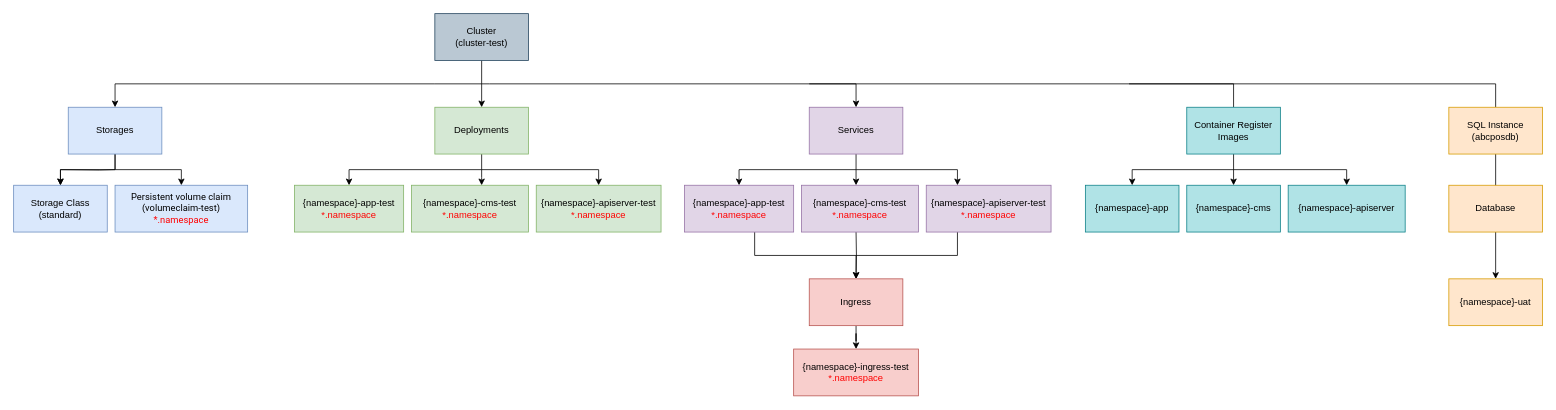
This is Untitled Diagram.drawio from robbywu-linkage/robbywu-linkage, a draw.io file, before an edit. Source tidied: cells renumbered, new cells numbered last; positions are measured from the earlier drawing's top-left corner, leaving out a move shared by most shapes. Both pictures are drawn from the tidied source at 78%, with x=0, y=0 at pixel (13, 13).
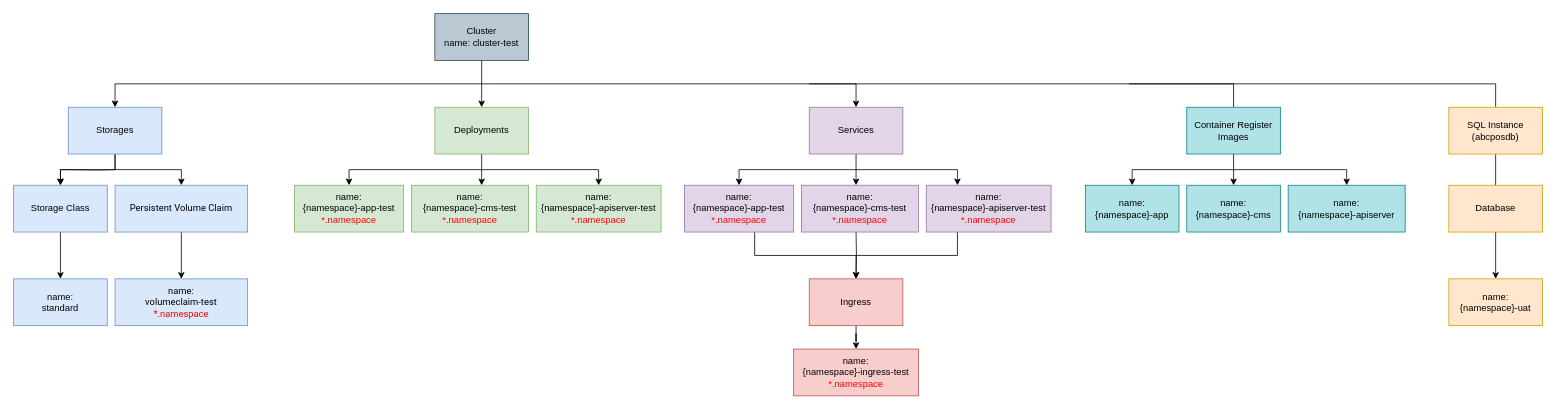
Above is the later version.

Diff of the diagram source:
```diff
@@
-    <mxCell id="4" value="Cluster&lt;br&gt;(cluster-test)" style="rounded=0;whiteSpace=wrap;html=1;fillColor=#bac8d3;strokeColor=#23445d;" parent="1" vertex="1">
+    <mxCell id="4" value="Cluster&lt;br&gt;name: cluster-test" style="rounded=0;whiteSpace=wrap;html=1;fillColor=#bac8d3;strokeColor=#23445d;" parent="1" vertex="1">
       <mxGeometry x="540" width="120" height="60" as="geometry" />
     </mxCell>
@@
+    <mxCell id="45" style="edgeStyle=orthogonalEdgeStyle;rounded=0;jettySize=auto;html=1;endArrow=classic;endFill=1;" parent="1" edge="1" source="9" target="47">
+      <mxGeometry relative="1" as="geometry" />
+    </mxCell>
-    <mxCell id="9" value="Storage Class&lt;br&gt;(standard)" style="rounded=0;whiteSpace=wrap;html=1;fillColor=#dae8fc;strokeColor=#6c8ebf;" parent="1" vertex="1">
+    <mxCell id="9" value="Storage Class" style="rounded=0;whiteSpace=wrap;html=1;fillColor=#dae8fc;strokeColor=#6c8ebf;" parent="1" vertex="1">
       <mxGeometry y="220" width="120" height="60" as="geometry" />
     </mxCell>
+    <mxCell id="46" style="edgeStyle=orthogonalEdgeStyle;rounded=0;jettySize=auto;html=1;endArrow=classic;endFill=1;" parent="1" edge="1" source="10" target="48">
+      <mxGeometry relative="1" as="geometry" />
+    </mxCell>
-    <mxCell id="10" value="&lt;font style=&quot;font-size: 12px&quot;&gt;&lt;font face=&quot;roboto&quot; style=&quot;font-size: 12px&quot;&gt;Persistent volume claim&lt;/font&gt;&lt;br&gt;&lt;font face=&quot;roboto&quot; style=&quot;font-size: 12px&quot;&gt;(volumeclaim-test)&lt;/font&gt;&lt;br&gt;&lt;span style=&quot;font-family: &amp;#34;roboto&amp;#34;&quot;&gt;&lt;font color=&quot;#ff0000&quot; style=&quot;font-size: 12px&quot;&gt;*.namespace&lt;/font&gt;&lt;/span&gt;&lt;/font&gt;&lt;span style=&quot;background-color: rgb(255 , 255 , 255)&quot;&gt;&lt;br&gt;&lt;/span&gt;" style="rounded=0;whiteSpace=wrap;html=1;strokeColor=#6c8ebf;fillColor=#dae8fc;" parent="1" vertex="1">
+    <mxCell id="10" value="&lt;font style=&quot;font-size: 12px&quot;&gt;&lt;font face=&quot;roboto&quot; style=&quot;font-size: 12px&quot;&gt;Persistent Volume Claim&lt;/font&gt;&lt;/font&gt;&lt;span style=&quot;background-color: rgb(255 , 255 , 255)&quot;&gt;&lt;br&gt;&lt;/span&gt;" style="rounded=0;whiteSpace=wrap;html=1;strokeColor=#6c8ebf;fillColor=#dae8fc;" parent="1" vertex="1">
       <mxGeometry x="130" y="220" width="170" height="60" as="geometry" />
     </mxCell>
@@
-    <mxCell id="15" value="{namespace}-app-test&lt;br&gt;&lt;font color=&quot;#ff0000&quot;&gt;*.namespace&lt;/font&gt;" style="rounded=0;whiteSpace=wrap;html=1;fillColor=#d5e8d4;strokeColor=#82b366;" parent="1" vertex="1">
+    <mxCell id="15" value="name:&lt;br&gt;{namespace}-app-test&lt;br&gt;&lt;font color=&quot;#ff0000&quot;&gt;*.namespace&lt;/font&gt;" style="rounded=0;whiteSpace=wrap;html=1;fillColor=#d5e8d4;strokeColor=#82b366;" parent="1" vertex="1">
       <mxGeometry x="360" y="220" width="140" height="60" as="geometry" />
     </mxCell>
-    <mxCell id="16" value="{namespace}-cms-test&lt;br&gt;&lt;font color=&quot;#ff0000&quot;&gt;*.namespace&lt;/font&gt;" style="rounded=0;whiteSpace=wrap;html=1;fillColor=#d5e8d4;strokeColor=#82b366;" parent="1" vertex="1">
+    <mxCell id="16" value="name:&lt;br&gt;{namespace}-cms-test&lt;br&gt;&lt;font color=&quot;#ff0000&quot;&gt;*.namespace&lt;/font&gt;" style="rounded=0;whiteSpace=wrap;html=1;fillColor=#d5e8d4;strokeColor=#82b366;" parent="1" vertex="1">
       <mxGeometry x="510" y="220" width="150" height="60" as="geometry" />
     </mxCell>
-    <mxCell id="17" value="{namespace}-apiserver-test&lt;br&gt;&lt;font color=&quot;#ff0000&quot;&gt;*.namespace&lt;/font&gt;" style="rounded=0;whiteSpace=wrap;html=1;fillColor=#d5e8d4;strokeColor=#82b366;" parent="1" vertex="1">
+    <mxCell id="17" value="name:&lt;br&gt;{namespace}-apiserver-test&lt;br&gt;&lt;font color=&quot;#ff0000&quot;&gt;*.namespace&lt;/font&gt;" style="rounded=0;whiteSpace=wrap;html=1;fillColor=#d5e8d4;strokeColor=#82b366;" parent="1" vertex="1">
       <mxGeometry x="670" y="220" width="160" height="60" as="geometry" />
     </mxCell>
@@
-    <mxCell id="33" value="{namespace}-app" style="rounded=0;whiteSpace=wrap;html=1;fillColor=#b0e3e6;strokeColor=#0e8088;" parent="1" vertex="1">
+    <mxCell id="33" value="name:&lt;br&gt;{namespace}-app" style="rounded=0;whiteSpace=wrap;html=1;fillColor=#b0e3e6;strokeColor=#0e8088;" parent="1" vertex="1">
       <mxGeometry x="1374" y="220" width="120" height="60" as="geometry" />
     </mxCell>
-    <mxCell id="34" value="{namespace}-cms" style="rounded=0;whiteSpace=wrap;html=1;fillColor=#b0e3e6;strokeColor=#0e8088;" parent="1" vertex="1">
+    <mxCell id="34" value="name:&lt;br&gt;{namespace}-cms" style="rounded=0;whiteSpace=wrap;html=1;fillColor=#b0e3e6;strokeColor=#0e8088;" parent="1" vertex="1">
       <mxGeometry x="1504" y="220" width="120" height="60" as="geometry" />
     </mxCell>
-    <mxCell id="35" value="{namespace}-apiserver" style="rounded=0;whiteSpace=wrap;html=1;fillColor=#b0e3e6;strokeColor=#0e8088;" parent="1" vertex="1">
+    <mxCell id="35" value="name:&lt;br&gt;{namespace}-apiserver" style="rounded=0;whiteSpace=wrap;html=1;fillColor=#b0e3e6;strokeColor=#0e8088;" parent="1" vertex="1">
       <mxGeometry x="1634" y="220" width="150" height="60" as="geometry" />
     </mxCell>
@@
-    <mxCell id="39" value="{namespace}-uat" style="rounded=0;whiteSpace=wrap;html=1;fillColor=#ffe6cc;strokeColor=#d79b00;" parent="1" vertex="1">
+    <mxCell id="39" value="name:&lt;br&gt;{namespace}-uat" style="rounded=0;whiteSpace=wrap;html=1;fillColor=#ffe6cc;strokeColor=#d79b00;" parent="1" vertex="1">
       <mxGeometry x="1840" y="340" width="120" height="60" as="geometry" />
     </mxCell>
-    <mxCell id="40" value="{namespace}-app-test&lt;br&gt;&lt;font color=&quot;#ff0000&quot;&gt;*.namespace&lt;/font&gt;" style="rounded=0;whiteSpace=wrap;html=1;fillColor=#e1d5e7;strokeColor=#9673a6;" parent="1" vertex="1">
+    <mxCell id="40" value="name:&lt;br&gt;{namespace}-app-test&lt;br&gt;&lt;font color=&quot;#ff0000&quot;&gt;*.namespace&lt;/font&gt;" style="rounded=0;whiteSpace=wrap;html=1;fillColor=#e1d5e7;strokeColor=#9673a6;" parent="1" vertex="1">
       <mxGeometry x="860" y="220" width="140" height="60" as="geometry" />
     </mxCell>
-    <mxCell id="41" value="{namespace}-cms-test&lt;br&gt;&lt;font color=&quot;#ff0000&quot;&gt;*.namespace&lt;/font&gt;" style="rounded=0;whiteSpace=wrap;html=1;fillColor=#e1d5e7;strokeColor=#9673a6;" parent="1" vertex="1">
+    <mxCell id="41" value="name:&lt;br&gt;{namespace}-cms-test&lt;br&gt;&lt;font color=&quot;#ff0000&quot;&gt;*.namespace&lt;/font&gt;" style="rounded=0;whiteSpace=wrap;html=1;fillColor=#e1d5e7;strokeColor=#9673a6;" parent="1" vertex="1">
       <mxGeometry x="1010" y="220" width="150" height="60" as="geometry" />
     </mxCell>
-    <mxCell id="42" value="{namespace}-apiserver-test&lt;br&gt;&lt;font color=&quot;#ff0000&quot;&gt;*.namespace&lt;/font&gt;" style="rounded=0;whiteSpace=wrap;html=1;fillColor=#e1d5e7;strokeColor=#9673a6;" parent="1" vertex="1">
+    <mxCell id="42" value="name:&lt;br&gt;{namespace}-apiserver-test&lt;br&gt;&lt;font color=&quot;#ff0000&quot;&gt;*.namespace&lt;/font&gt;" style="rounded=0;whiteSpace=wrap;html=1;fillColor=#e1d5e7;strokeColor=#9673a6;" parent="1" vertex="1">
       <mxGeometry x="1170" y="220" width="160" height="60" as="geometry" />
     </mxCell>
-    <mxCell id="43" value="{namespace}-ingress-test&lt;br&gt;&lt;font color=&quot;#ff0000&quot;&gt;*.namespace&lt;/font&gt;" style="rounded=0;whiteSpace=wrap;html=1;fillColor=#f8cecc;strokeColor=#b85450;" parent="1" vertex="1">
+    <mxCell id="43" value="name:&lt;br&gt;{namespace}-ingress-test&lt;br&gt;&lt;font color=&quot;#ff0000&quot;&gt;*.namespace&lt;/font&gt;" style="rounded=0;whiteSpace=wrap;html=1;fillColor=#f8cecc;strokeColor=#b85450;" parent="1" vertex="1">
       <mxGeometry x="1000" y="430" width="160" height="60" as="geometry" />
     </mxCell>
@@
+    <mxCell id="47" value="name:&lt;br&gt;standard" style="rounded=0;whiteSpace=wrap;html=1;fillColor=#dae8fc;strokeColor=#6c8ebf;" parent="1" vertex="1">
+      <mxGeometry y="340" width="120" height="60" as="geometry" />
+    </mxCell>
+    <mxCell id="48" value="&lt;font style=&quot;font-size: 12px&quot;&gt;&lt;font face=&quot;roboto&quot; style=&quot;font-size: 12px&quot;&gt;name:&lt;br&gt;volumeclaim-test&lt;/font&gt;&lt;br&gt;&lt;span style=&quot;font-family: &amp;#34;roboto&amp;#34;&quot;&gt;&lt;font color=&quot;#ff0000&quot; style=&quot;font-size: 12px&quot;&gt;*.namespace&lt;/font&gt;&lt;/span&gt;&lt;/font&gt;&lt;span style=&quot;background-color: rgb(255 , 255 , 255)&quot;&gt;&lt;br&gt;&lt;/span&gt;" style="rounded=0;whiteSpace=wrap;html=1;strokeColor=#6c8ebf;fillColor=#dae8fc;" parent="1" vertex="1">
+      <mxGeometry x="130" y="340" width="170" height="60" as="geometry" />
+    </mxCell>
```
